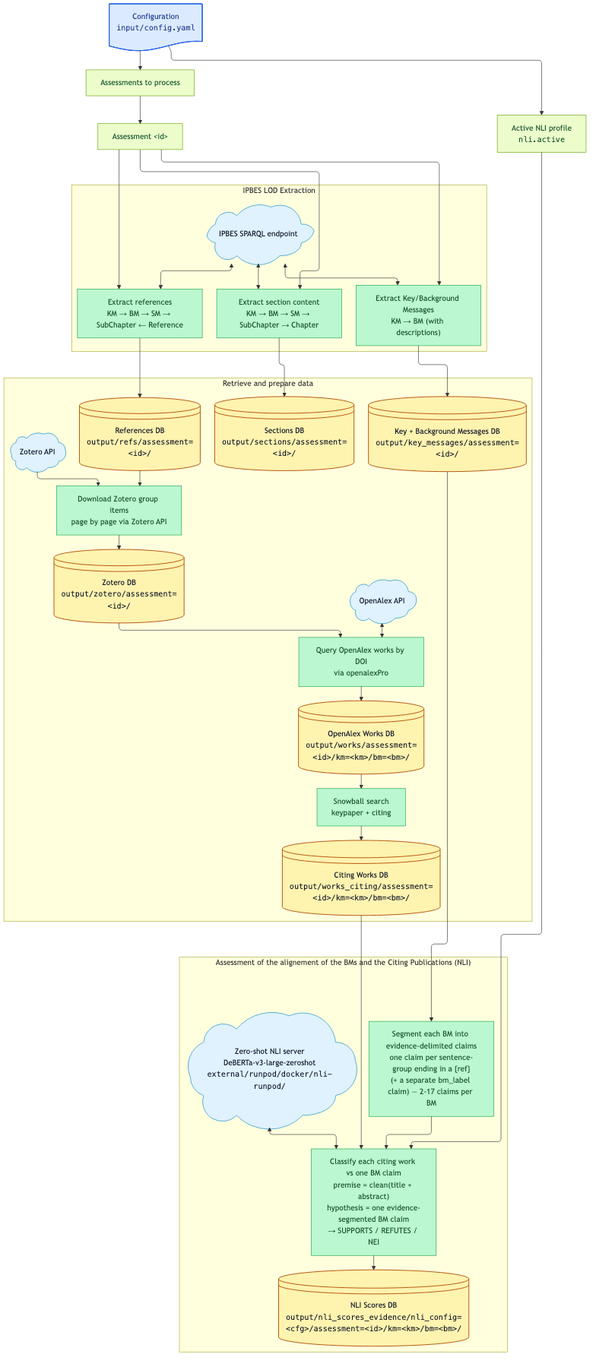
Earlier version of the Mermaid export output/figures/workflow_nli.png (IPBES-Data/IPBES_BM_Fact_Checker). Its source is kept beside it as input/mmd/workflow_nli.mmd.
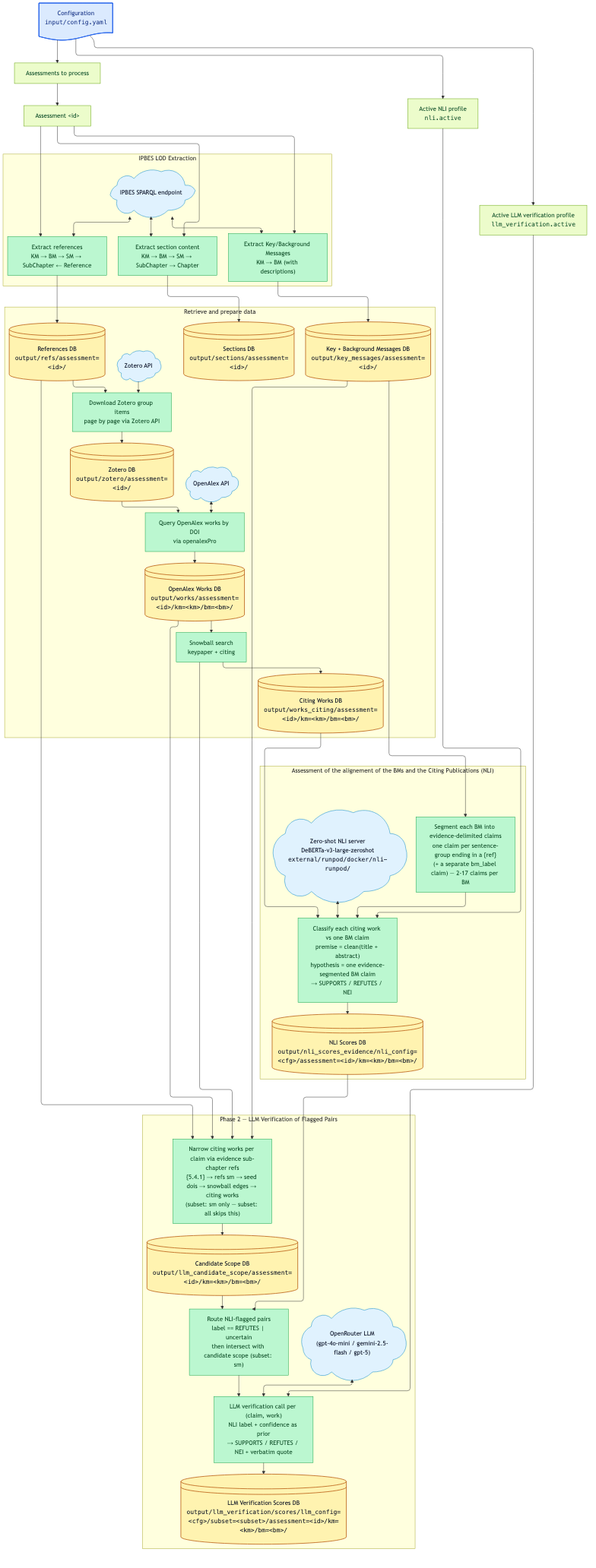
Above is the later version.

Change to the diagram source:
```diff
@@ -83,6 +83,35 @@
 
   data --> nli_assessment
 
+  subgraph llm_verification["Phase 2 — LLM Verification of Flagged Pairs"]
+    direction TB
+
+    llm_scope@{ shape: rect, label: "Narrow citing works per claim via evidence sub-chapter refs<br/>{5.4.1} → refs sm → seed dois → snowball edges → citing works<br/>(subset: sm only — subset: all skips this)" }
+    llm_scope_db@{ shape: lin-cyl, label: "Candidate Scope DB<br/><tt>output/llm_candidate_scope/assessment=&lt;id&gt;/km=&lt;km&gt;/bm=&lt;bm&gt;/</tt>" }
+    llm_route@{ shape: rect, label: "Route NLI-flagged pairs<br/>label == REFUTES | uncertain<br/>then intersect with candidate scope (subset: sm)" }
+    llm_server@{ shape: cloud, label: "OpenRouter LLM<br/>(gpt-4o-mini / gemini-2.5-flash / gpt-5)" }
+    llm_verify@{ shape: rect, label: "LLM verification call per (claim, work)<br/>NLI label + confidence as prior<br/>→ SUPPORTS / REFUTES / NEI + verbatim quote" }
+    llm_scores_db@{ shape: lin-cyl, label: "LLM Verification Scores DB<br/><tt>output/llm_verification/scores/llm_config=&lt;cfg&gt;/subset=&lt;subset&gt;/assessment=&lt;id&gt;/km=&lt;km&gt;/bm=&lt;bm&gt;/</tt>" }
+
+    llm_scope --> llm_scope_db
+    llm_scope_db --> llm_route
+    llm_route --> llm_verify
+    llm_server <--> llm_verify
+    llm_verify --> llm_scores_db
+  end
+
+  llm_active@{ shape: rect, label: "Active LLM verification profile<br/><tt>llm_verification.active</tt>" }
+  config_file --> llm_active
+  llm_active --> llm_verify
+
+  nli_scores_db --> llm_route
+  key_messages_db --> llm_scope
+  refs_db --> llm_scope
+  works_db --> llm_scope
+  snowball --> llm_scope
+
+  nli_assessment --> llm_verification
+
   classDef input_file  fill:#dbeafe,stroke:#2563eb,color:#1e3a8a,stroke-width:1.5px;
   classDef config      fill:#ecfccb,stroke:#65a30d,color:#14532d,stroke-width:1px;
   classDef database    fill:#fff3b0,stroke:#b45309,color:#111827,stroke-width:1.5px;
@@ -91,9 +120,10 @@
   classDef disabled    fill:#f1f5f9,stroke:#94a3b8,color:#64748b,stroke-width:1px,stroke-dasharray:4 3;
 
   linkStyle 26 stroke:transparent,fill:none;
+  linkStyle 39 stroke:transparent,fill:none;
 
   class config_file input_file;
-  class assessment_list,assessment_id,nli_active config;
-  class citing_db,refs_db,sections_db,key_messages_db,zotero_db,works_db,nli_scores_db database;
-  class build_refs,build_sections,build_key_messages,download_zotero,download_works,snowball,nli_scoring,nli_segment processing;
-  class sparql,zotero_api,openalex,nli_server helper;
+  class assessment_list,assessment_id,nli_active,llm_active config;
+  class citing_db,refs_db,sections_db,key_messages_db,zotero_db,works_db,nli_scores_db,llm_scope_db,llm_scores_db database;
+  class build_refs,build_sections,build_key_messages,download_zotero,download_works,snowball,nli_scoring,nli_segment,llm_scope,llm_route,llm_verify processing;
+  class sparql,zotero_api,openalex,nli_server,llm_server helper;
```
